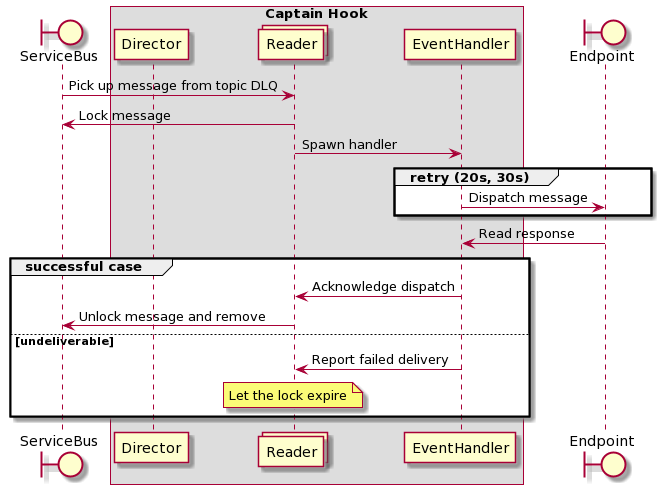
This is docs/CS-CH-SD-DLQ.png from eShopWorld/captain-hook, a PlantUML export, as it was before one commit. Source of this version:
```plantuml
@startuml
boundary Endpoint order 50
box "Captain Hook"
participant EventHandler order 40
collections Reader order 30
participant Director order 20
endbox
boundary ServiceBus order 10

ServiceBus -> Reader : Pick up message from topic DLQ
Reader -> ServiceBus : Lock message
Reader -> EventHandler : Spawn handler

group retry (20s, 30s)
  EventHandler -> Endpoint : Dispatch message
end
  Endpoint -> EventHandler : Read response

group successful case

    EventHandler -> Reader : Acknowledge dispatch
    Reader -> ServiceBus : Unlock message and remove
else undeliverable
   EventHandler -> Reader : Report failed delivery
   note over Reader : Let the lock expire
end
@enduml
```
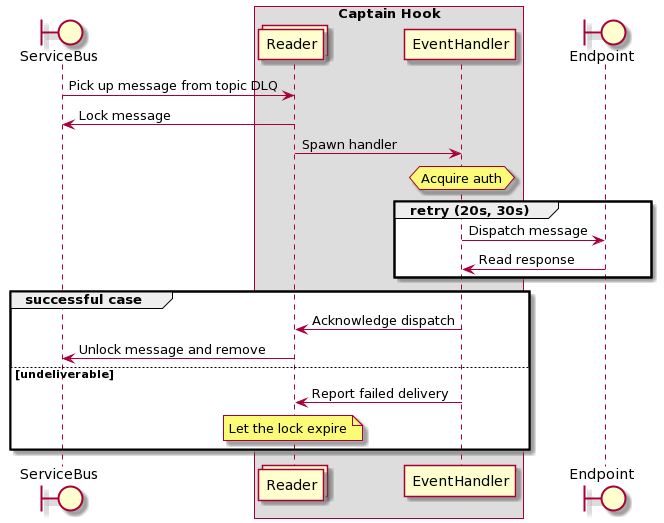
Above is the later version.

Commit message:
Address comments

The edit, as a diff of the source:
```diff
@@ -3,7 +3,6 @@
 box "Captain Hook"
 participant EventHandler order 40
 collections Reader order 30
-participant Director order 20
 endbox
 boundary ServiceBus order 10
 
@@ -11,10 +10,12 @@
 Reader -> ServiceBus : Lock message
 Reader -> EventHandler : Spawn handler
 
+hnote over EventHandler : Acquire auth
+
 group retry (20s, 30s)
   EventHandler -> Endpoint : Dispatch message
+  Endpoint -> EventHandler : Read response
 end
-  Endpoint -> EventHandler : Read response
 
 group successful case
 
```
